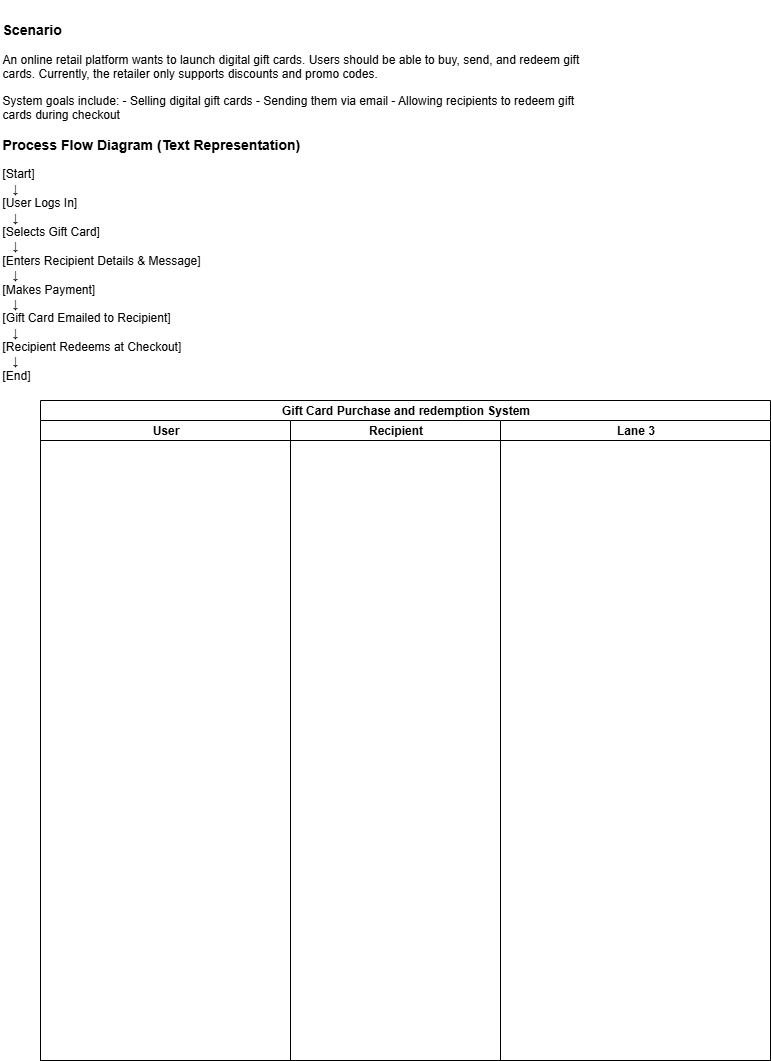
This is E-Commerce Case Study: Gift Card Purchase & Redemption System.drawio.png from shruthiLearns/BusinessAnalysis, a draw.io export, as it was before one commit. Source tidied: cells renumbered, new cells last; positions are measured from the earlier drawing's top-left corner, leaving out a move shared by most shapes.
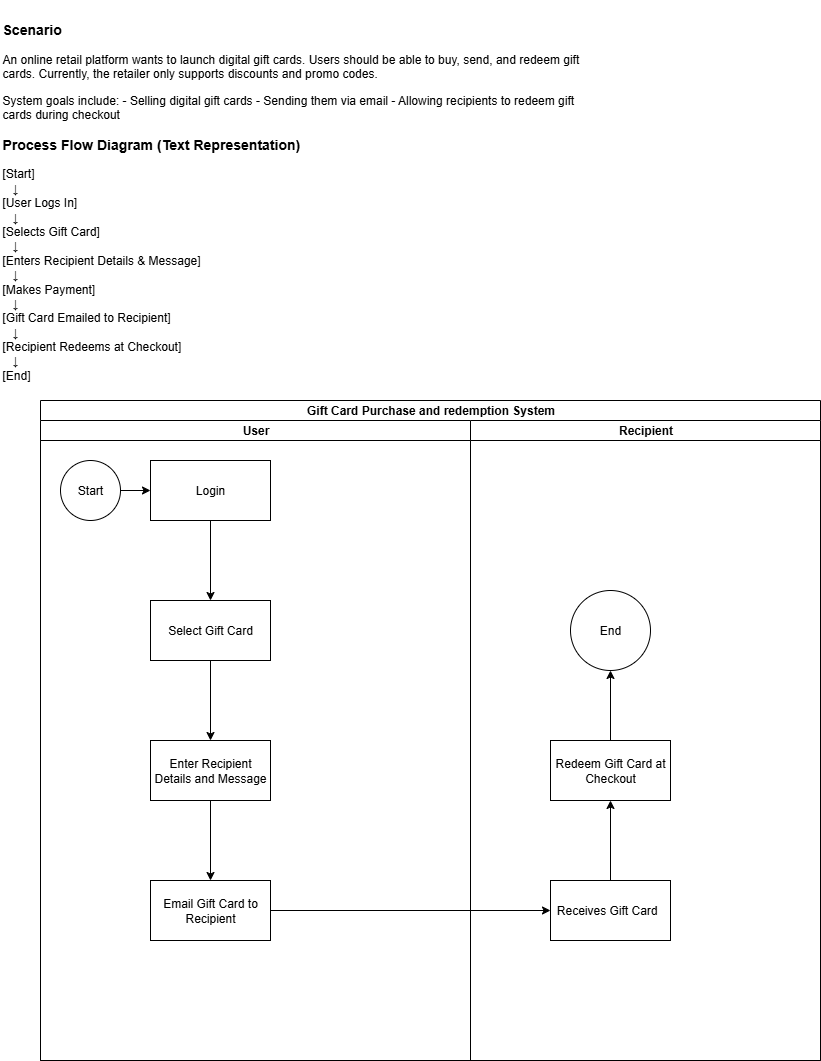
Above is the later version.

The edit, as a diff of the source:
```diff
@@ -6,16 +6,58 @@
       <mxGeometry width="600" height="390" as="geometry" />
     </mxCell>
     <mxCell id="3" value="Gift Card Purchase and redemption System" style="swimlane;startSize=20;html=1;" parent="1" vertex="1">
-      <mxGeometry x="40" y="400" width="730" height="660" as="geometry" />
+      <mxGeometry x="40" y="400" width="780" height="660" as="geometry" />
     </mxCell>
     <mxCell id="4" value="User" style="swimlane;startSize=20;html=1;" parent="3" vertex="1">
-      <mxGeometry y="20" width="250" height="640" as="geometry" />
+      <mxGeometry y="20" width="430" height="640" as="geometry" />
     </mxCell>
+    <mxCell id="7" style="edgeStyle=orthogonalEdgeStyle;rounded=0;jettySize=auto;html=1;" parent="4" edge="1" source="8" target="10">
+      <mxGeometry relative="1" as="geometry" />
+    </mxCell>
+    <mxCell id="8" value="Start" style="ellipse;whiteSpace=wrap;html=1;" parent="4" vertex="1">
+      <mxGeometry x="20" y="40" width="60" height="60" as="geometry" />
+    </mxCell>
+    <mxCell id="9" style="edgeStyle=orthogonalEdgeStyle;rounded=0;jettySize=auto;html=1;" parent="4" edge="1" source="10" target="12">
+      <mxGeometry relative="1" as="geometry" />
+    </mxCell>
+    <mxCell id="10" value="Login" style="rounded=0;whiteSpace=wrap;html=1;" parent="4" vertex="1">
+      <mxGeometry x="110" y="40" width="120" height="60" as="geometry" />
+    </mxCell>
+    <mxCell id="11" style="edgeStyle=orthogonalEdgeStyle;rounded=0;jettySize=auto;html=1;" parent="4" edge="1" source="12" target="14">
+      <mxGeometry relative="1" as="geometry" />
+    </mxCell>
+    <mxCell id="12" value="Select Gift Card" style="rounded=0;whiteSpace=wrap;html=1;" parent="4" vertex="1">
+      <mxGeometry x="110" y="180" width="120" height="60" as="geometry" />
+    </mxCell>
+    <mxCell id="13" style="edgeStyle=orthogonalEdgeStyle;rounded=0;jettySize=auto;html=1;" parent="4" edge="1" source="14" target="15">
+      <mxGeometry relative="1" as="geometry" />
+    </mxCell>
+    <mxCell id="14" value="Enter Recipient Details and Message" style="rounded=0;whiteSpace=wrap;html=1;" parent="4" vertex="1">
+      <mxGeometry x="110" y="320" width="120" height="60" as="geometry" />
+    </mxCell>
+    <mxCell id="15" value="Email Gift Card to Recipient" style="rounded=0;whiteSpace=wrap;html=1;" parent="4" vertex="1">
+      <mxGeometry x="110" y="460" width="120" height="60" as="geometry" />
+    </mxCell>
     <mxCell id="5" value="Recipient" style="swimlane;startSize=20;html=1;" parent="3" vertex="1">
-      <mxGeometry x="250" y="20" width="210" height="640" as="geometry" />
+      <mxGeometry x="430" y="20" width="350" height="640" as="geometry" />
     </mxCell>
-    <mxCell id="6" value="Lane 3" style="swimlane;startSize=20;html=1;" parent="3" vertex="1">
-      <mxGeometry x="460" y="20" width="270" height="640" as="geometry" />
-    </mxCell>
+    <mxCell id="16" style="edgeStyle=orthogonalEdgeStyle;rounded=0;jettySize=auto;html=1;" parent="5" edge="1" source="17" target="19">
+      <mxGeometry relative="1" as="geometry" />
+    </mxCell>
+    <mxCell id="17" value="Receives Gift Card&amp;nbsp;&amp;nbsp;" style="rounded=0;whiteSpace=wrap;html=1;" parent="5" vertex="1">
+      <mxGeometry x="80" y="460" width="120" height="60" as="geometry" />
+    </mxCell>
+    <mxCell id="18" style="edgeStyle=orthogonalEdgeStyle;rounded=0;jettySize=auto;html=1;" parent="5" edge="1" source="19" target="20">
+      <mxGeometry relative="1" as="geometry" />
+    </mxCell>
+    <mxCell id="19" value="Redeem Gift Card at Checkout" style="rounded=0;whiteSpace=wrap;html=1;" parent="5" vertex="1">
+      <mxGeometry x="80" y="320" width="120" height="60" as="geometry" />
+    </mxCell>
+    <mxCell id="20" value="End" style="ellipse;whiteSpace=wrap;html=1;rounded=0;" parent="5" vertex="1">
+      <mxGeometry x="100" y="170" width="80" height="80" as="geometry" />
+    </mxCell>
+    <mxCell id="21" style="edgeStyle=orthogonalEdgeStyle;rounded=0;jettySize=auto;html=1;" parent="3" edge="1" source="15" target="17">
+      <mxGeometry relative="1" as="geometry" />
+    </mxCell>
   </root>
 </mxGraphModel>
```
